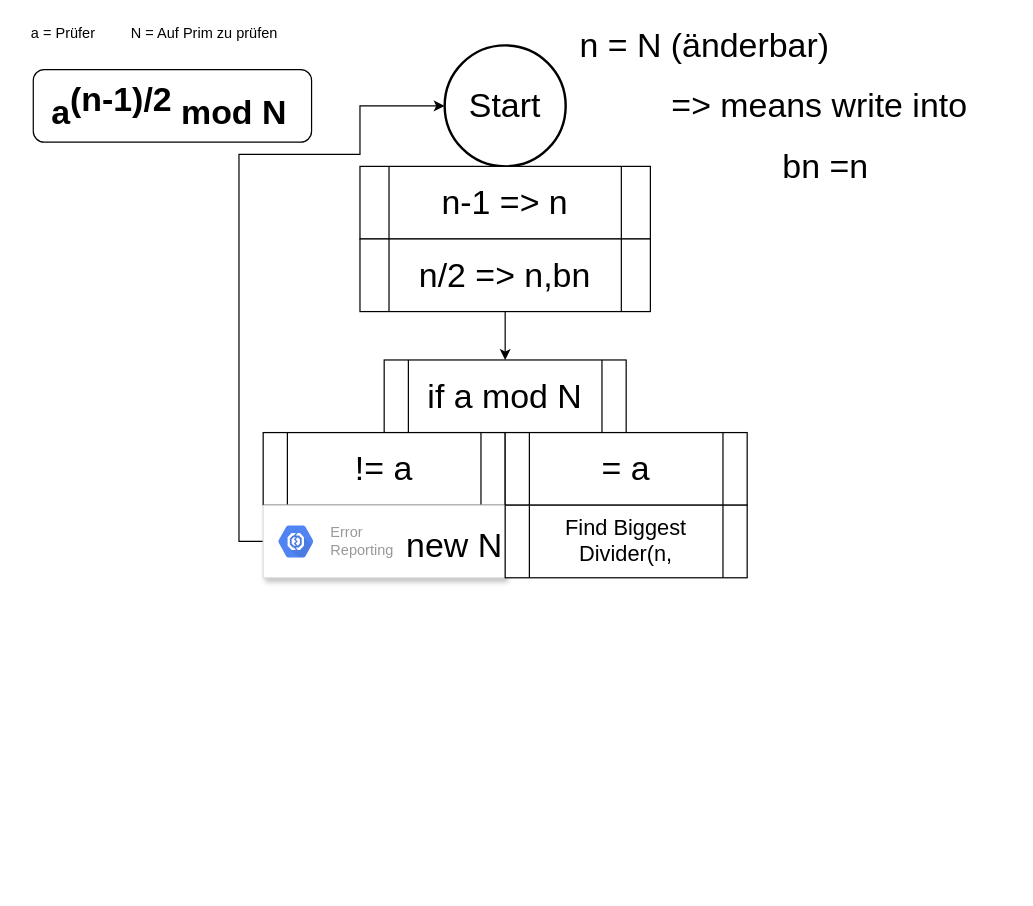
Earlier version of the draw.io diagram Problem_solver.drawio (davehenton/AICY). Source tidied: cells renumbered, new cells numbered last; positions are measured from the earlier drawing's top-left corner, leaving out a move shared by most shapes. Both pictures are drawn from the tidied source at 121%, with x=0, y=0 at pixel (21, 21).
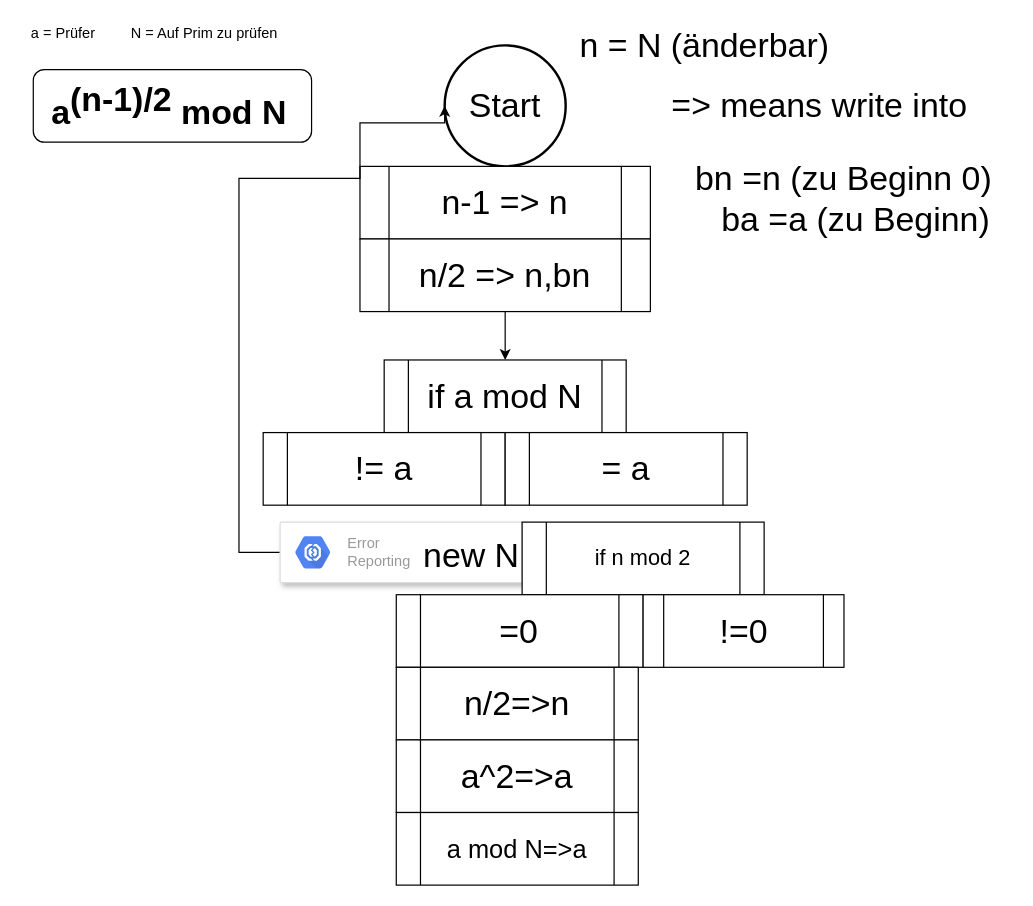
The same diagram, later.

The change refers to these unchanged cells:
```xml
<mxCell id="6" value="Start" style="strokeWidth=2;html=1;shape=mxgraph.flowchart.start_2;whiteSpace=wrap;fontSize=28;" parent="1" vertex="1">
  <mxGeometry x="350" y="20" width="100" height="100" as="geometry" />
</mxCell>
```

Change to the diagram source:
```diff
@@
     <mxCell id="14" style="edgeStyle=orthogonalEdgeStyle;rounded=0;jettySize=auto;html=1;exitX=0;exitY=0.5;exitDx=0;exitDy=0;entryX=0;entryY=0.5;entryDx=0;entryDy=0;entryPerimeter=0;fontSize=28;" parent="1" edge="1" source="15" target="6">
       <mxGeometry relative="1" as="geometry">
         <Array as="points">
-          <mxPoint x="180" y="430" />
-          <mxPoint x="180" y="110" />
-          <mxPoint x="280" y="110" />
-          <mxPoint x="280" y="70" />
+          <mxPoint x="180" y="439" />
+          <mxPoint x="180" y="130" />
+          <mxPoint x="280" y="130" />
+          <mxPoint x="280" y="84" />
         </Array>
       </mxGeometry>
     </mxCell>
     <mxCell id="15" value="new N" style="strokeColor=#dddddd;fillColor=#ffffff;shadow=1;strokeWidth=1;rounded=1;absoluteArcSize=1;arcSize=2;fontSize=28;align=right;" parent="1" vertex="1">
-      <mxGeometry x="200" y="400" width="200" height="60" as="geometry" />
+      <mxGeometry x="214" y="414" width="200" height="50" as="geometry" />
     </mxCell>
@@
-    <mxCell id="18" value="&lt;div align=&quot;center&quot; style=&quot;font-size: 18px&quot;&gt;Find Biggest Divider(n,&lt;/div&gt;" style="shape=process;whiteSpace=wrap;html=1;backgroundOutline=1;fontSize=28;align=center;" parent="1" vertex="1">
-      <mxGeometry x="400" y="400" width="200" height="60" as="geometry" />
+    <mxCell id="18" value="&lt;div align=&quot;center&quot; style=&quot;font-size: 18px&quot;&gt;if n mod 2&lt;/div&gt;" style="shape=process;whiteSpace=wrap;html=1;backgroundOutline=1;fontSize=28;align=center;" parent="1" vertex="1">
+      <mxGeometry x="414" y="414" width="200" height="60" as="geometry" />
     </mxCell>
-    <mxCell id="19" value="bn =n" style="text;html=1;strokeColor=none;fillColor=none;align=center;verticalAlign=middle;whiteSpace=wrap;rounded=0;fontSize=28;" parent="1" vertex="1">
-      <mxGeometry x="570" y="110" width="190" height="20" as="geometry" />
+    <mxCell id="19" value="bn =n (zu Beginn 0)" style="text;html=1;strokeColor=none;fillColor=none;align=center;verticalAlign=middle;whiteSpace=wrap;rounded=0;fontSize=28;" parent="1" vertex="1">
+      <mxGeometry x="550" y="120" width="260" height="20" as="geometry" />
     </mxCell>
+    <mxCell id="20" value="&lt;div align=&quot;center&quot;&gt;=0&lt;/div&gt;" style="shape=process;whiteSpace=wrap;html=1;backgroundOutline=1;fontSize=28;align=center;" parent="1" vertex="1">
+      <mxGeometry x="310" y="474" width="204" height="60" as="geometry" />
+    </mxCell>
+    <mxCell id="21" value="&lt;div align=&quot;center&quot;&gt;!=0&lt;/div&gt;" style="shape=process;whiteSpace=wrap;html=1;backgroundOutline=1;fontSize=28;align=center;" parent="1" vertex="1">
+      <mxGeometry x="514" y="474" width="166" height="60" as="geometry" />
+    </mxCell>
+    <mxCell id="22" value="&lt;div align=&quot;center&quot;&gt;n/2=&amp;gt;n&lt;/div&gt;" style="shape=process;whiteSpace=wrap;html=1;backgroundOutline=1;fontSize=28;align=center;" parent="1" vertex="1">
+      <mxGeometry x="310" y="534" width="200" height="60" as="geometry" />
+    </mxCell>
+    <mxCell id="23" value="&lt;div align=&quot;center&quot;&gt;a^2=&amp;gt;a&lt;/div&gt;" style="shape=process;whiteSpace=wrap;html=1;backgroundOutline=1;fontSize=28;align=center;" parent="1" vertex="1">
+      <mxGeometry x="310" y="594" width="200" height="60" as="geometry" />
+    </mxCell>
+    <mxCell id="24" value="ba =a (zu Beginn)" style="text;html=1;strokeColor=none;fillColor=none;align=center;verticalAlign=middle;whiteSpace=wrap;rounded=0;fontSize=28;" parent="1" vertex="1">
+      <mxGeometry x="560" y="154" width="260" height="20" as="geometry" />
+    </mxCell>
+    <mxCell id="25" value="&lt;div align=&quot;center&quot; style=&quot;font-size: 21px&quot;&gt;a mod N=&amp;gt;a&lt;/div&gt;" style="shape=process;whiteSpace=wrap;html=1;backgroundOutline=1;fontSize=21;align=center;" parent="1" vertex="1">
+      <mxGeometry x="310" y="654" width="200" height="60" as="geometry" />
+    </mxCell>
```
